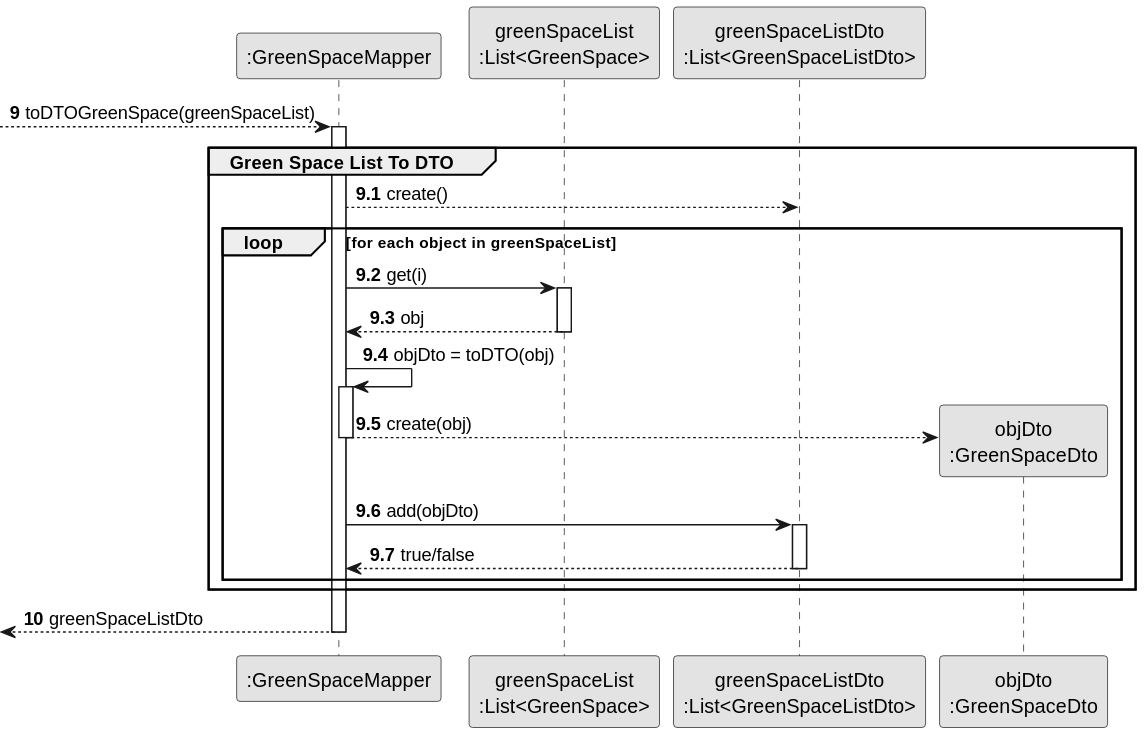
Above: docs/sprint3/us21/03.design/svg/us21-partial-sequence-diagram-DTO-GreenSpace.svg in Departamento-de-Engenharia-Informatica/lei-24-s2-1db-g022 (PlantUML), before the change.
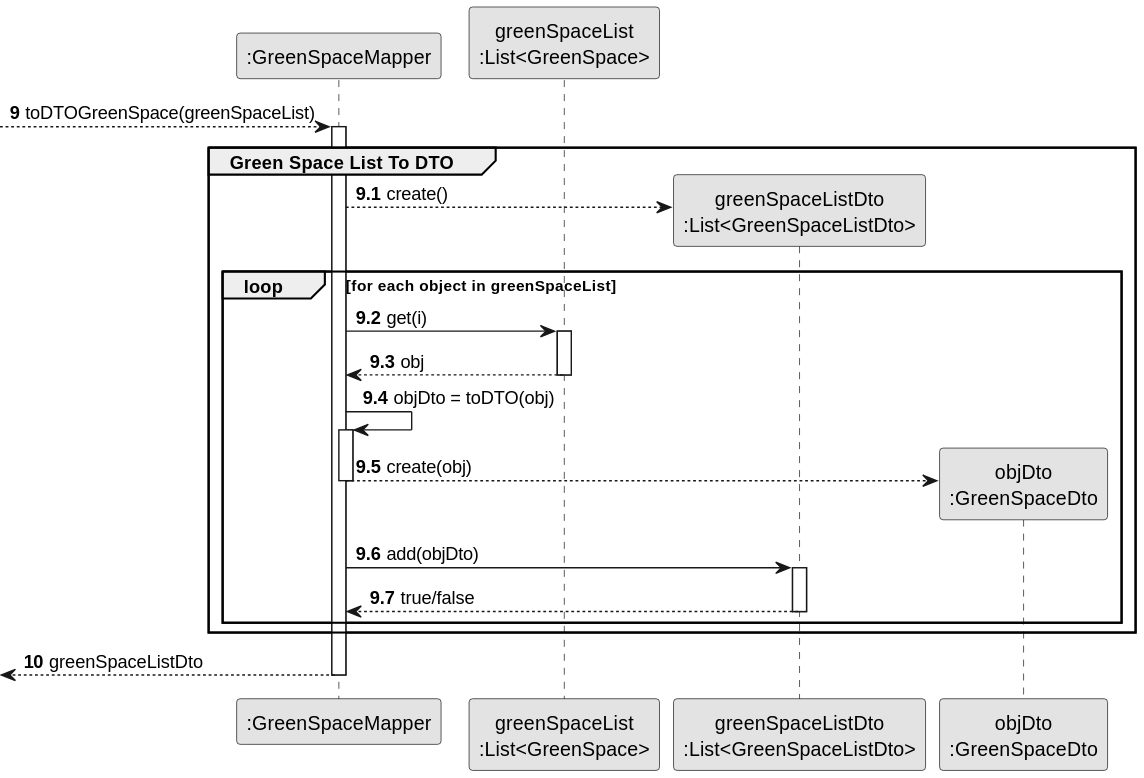
Later version of the same file.

Commit message:
Rectification DTO partial diagram US20,US21,US23

Diff of the diagram source:
```diff
@@ -18,7 +18,7 @@
 
 group Green Space List To DTO
 
-        GSMP --> GSLDTO : create()
+        GSMP --> GSLDTO** : create()
 
     loop for each object in greenSpaceList
 
```
